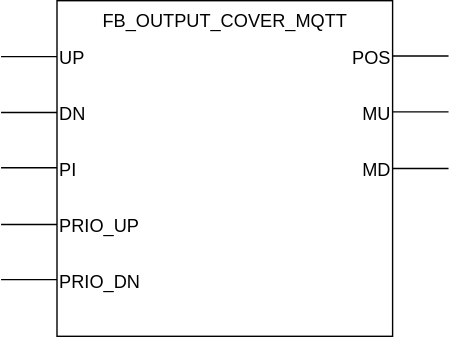
Above: docs/_img/FB_OUTPUT_COVER_MQTT.svg in MichielVanwelsenaere/HomeAutomation.CoDeSys3 (draw.io), before the change. Source tidied: cells renumbered, new cells last; positions are measured from the earlier drawing's top-left corner, leaving out a move shared by most shapes. The source it was exported from:
```xml
<mxGraphModel>
  <root>
    <mxCell id="0" />
    <mxCell id="1" parent="0" />
    <mxCell id="2" style="whiteSpace=wrap;html=1;" parent="1" vertex="1">
      <mxGeometry x="40" width="240" height="240" as="geometry" />
    </mxCell>
    <mxCell id="3" value="&lt;div&gt;&lt;span&gt;FB_OUTPUT_COVER_MQTT&lt;/span&gt;&lt;/div&gt;" style="text;html=1;align=center;fontSize=13;" parent="1" vertex="1">
      <mxGeometry x="55" width="210" height="30" as="geometry" />
    </mxCell>
    <mxCell id="4" style="endArrow=none;html=1;fontSize=13;" parent="1" edge="1">
      <mxGeometry relative="1" as="geometry">
        <mxPoint y="40" as="sourcePoint" />
        <mxPoint x="40" y="40" as="targetPoint" />
        <Array as="points">
          <mxPoint y="40" />
        </Array>
      </mxGeometry>
    </mxCell>
    <mxCell id="5" value="UP" style="text;html=1;strokeColor=none;fillColor=none;align=left;verticalAlign=middle;whiteSpace=wrap;rounded=0;fontSize=13;" parent="1" vertex="1">
      <mxGeometry x="40" y="30" width="80" height="20" as="geometry" />
    </mxCell>
    <mxCell id="6" style="endArrow=none;html=1;fontSize=13;" parent="1" edge="1">
      <mxGeometry relative="1" as="geometry">
        <mxPoint x="280" y="39.5" as="sourcePoint" />
        <mxPoint x="320" y="39.5" as="targetPoint" />
        <Array as="points">
          <mxPoint x="280" y="39.5" />
        </Array>
      </mxGeometry>
    </mxCell>
    <mxCell id="7" value="POS" style="text;html=1;strokeColor=none;fillColor=none;align=right;verticalAlign=middle;whiteSpace=wrap;rounded=0;fontSize=13;" parent="1" vertex="1">
      <mxGeometry x="200" y="30" width="80" height="20" as="geometry" />
    </mxCell>
    <mxCell id="8" style="endArrow=none;html=1;fontSize=13;" parent="1" edge="1">
      <mxGeometry relative="1" as="geometry">
        <mxPoint y="160" as="sourcePoint" />
        <mxPoint x="40" y="160" as="targetPoint" />
        <Array as="points">
          <mxPoint y="160" />
        </Array>
      </mxGeometry>
    </mxCell>
    <mxCell id="9" style="endArrow=none;html=1;fontSize=13;" parent="1" edge="1">
      <mxGeometry relative="1" as="geometry">
        <mxPoint y="199.5" as="sourcePoint" />
        <mxPoint x="40" y="199.5" as="targetPoint" />
        <Array as="points">
          <mxPoint y="199.5" />
          <mxPoint x="20" y="199.5" />
        </Array>
      </mxGeometry>
    </mxCell>
    <mxCell id="10" value="PRIO_UP" style="text;html=1;strokeColor=none;fillColor=none;align=left;verticalAlign=middle;whiteSpace=wrap;rounded=0;fontSize=13;" parent="1" vertex="1">
      <mxGeometry x="40" y="150" width="80" height="20" as="geometry" />
    </mxCell>
    <mxCell id="11" value="PRIO_DN" style="text;html=1;strokeColor=none;fillColor=none;align=left;verticalAlign=middle;whiteSpace=wrap;rounded=0;fontSize=13;" parent="1" vertex="1">
      <mxGeometry x="40" y="190" width="80" height="20" as="geometry" />
    </mxCell>
    <mxCell id="12" style="endArrow=none;html=1;fontSize=13;" parent="1" edge="1">
      <mxGeometry relative="1" as="geometry">
        <mxPoint y="80" as="sourcePoint" />
        <mxPoint x="40" y="80" as="targetPoint" />
        <Array as="points">
          <mxPoint y="80" />
        </Array>
      </mxGeometry>
    </mxCell>
    <mxCell id="13" style="endArrow=none;html=1;fontSize=13;" parent="1" edge="1">
      <mxGeometry relative="1" as="geometry">
        <mxPoint y="119.5" as="sourcePoint" />
        <mxPoint x="40" y="119.5" as="targetPoint" />
        <Array as="points">
          <mxPoint y="119.5" />
          <mxPoint x="20" y="119.5" />
        </Array>
      </mxGeometry>
    </mxCell>
    <mxCell id="14" value="DN" style="text;html=1;strokeColor=none;fillColor=none;align=left;verticalAlign=middle;whiteSpace=wrap;rounded=0;fontSize=13;" parent="1" vertex="1">
      <mxGeometry x="40" y="70" width="80" height="20" as="geometry" />
    </mxCell>
    <mxCell id="15" value="PI" style="text;html=1;strokeColor=none;fillColor=none;align=left;verticalAlign=middle;whiteSpace=wrap;rounded=0;fontSize=13;" parent="1" vertex="1">
      <mxGeometry x="40" y="110" width="80" height="20" as="geometry" />
    </mxCell>
    <mxCell id="16" style="endArrow=none;html=1;fontSize=13;" parent="1" edge="1">
      <mxGeometry relative="1" as="geometry">
        <mxPoint x="280" y="120" as="sourcePoint" />
        <mxPoint x="320" y="120" as="targetPoint" />
        <Array as="points">
          <mxPoint x="280" y="120" />
        </Array>
      </mxGeometry>
    </mxCell>
    <mxCell id="17" style="endArrow=none;html=1;fontSize=13;" parent="1" edge="1">
      <mxGeometry relative="1" as="geometry">
        <mxPoint x="280" y="79.5" as="sourcePoint" />
        <mxPoint x="320" y="79.5" as="targetPoint" />
        <Array as="points">
          <mxPoint x="280" y="79.5" />
        </Array>
      </mxGeometry>
    </mxCell>
    <mxCell id="18" value="MD" style="text;html=1;strokeColor=none;fillColor=none;align=right;verticalAlign=middle;whiteSpace=wrap;rounded=0;fontSize=13;" parent="1" vertex="1">
      <mxGeometry x="200" y="110" width="80" height="20" as="geometry" />
    </mxCell>
    <mxCell id="19" value="MU" style="text;html=1;strokeColor=none;fillColor=none;align=right;verticalAlign=middle;whiteSpace=wrap;rounded=0;fontSize=13;" parent="1" vertex="1">
      <mxGeometry x="200" y="70" width="80" height="20" as="geometry" />
    </mxCell>
  </root>
</mxGraphModel>
```
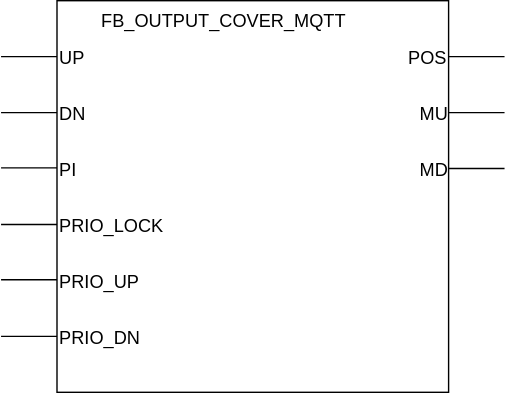
Above is the later version.

Commit message:
Feature/fb cover lock (#15)

Change to the diagram source:
```diff
@@ -2,109 +2,121 @@
   <root>
     <mxCell id="0" />
     <mxCell id="1" parent="0" />
-    <mxCell id="2" style="whiteSpace=wrap;html=1;" parent="1" vertex="1">
-      <mxGeometry x="40" width="240" height="240" as="geometry" />
-    </mxCell>
+    <mxCell id="20" style="whiteSpace=wrap;html=1;" parent="1" vertex="1">
+      <mxGeometry x="40" width="280" height="280" as="geometry" />
+    </mxCell>
     <mxCell id="3" value="&lt;div&gt;&lt;span&gt;FB_OUTPUT_COVER_MQTT&lt;/span&gt;&lt;/div&gt;" style="text;html=1;align=center;fontSize=13;" parent="1" vertex="1">
       <mxGeometry x="55" width="210" height="30" as="geometry" />
     </mxCell>
-    <mxCell id="4" style="endArrow=none;html=1;fontSize=13;" parent="1" edge="1">
-      <mxGeometry relative="1" as="geometry">
-        <mxPoint y="40" as="sourcePoint" />
-        <mxPoint x="40" y="40" as="targetPoint" />
-        <Array as="points">
-          <mxPoint y="40" />
-        </Array>
-      </mxGeometry>
-    </mxCell>
+    <mxCell id="21" style="endArrow=none;html=1;fontSize=13;" parent="1" edge="1">
+      <mxGeometry relative="1" as="geometry">
+        <mxPoint y="40" as="sourcePoint" />
+        <mxPoint x="40" y="40" as="targetPoint" />
+        <Array as="points">
+          <mxPoint y="40" />
+        </Array>
+      </mxGeometry>
+    </mxCell>
     <mxCell id="5" value="UP" style="text;html=1;strokeColor=none;fillColor=none;align=left;verticalAlign=middle;whiteSpace=wrap;rounded=0;fontSize=13;" parent="1" vertex="1">
       <mxGeometry x="40" y="30" width="80" height="20" as="geometry" />
     </mxCell>
-    <mxCell id="6" style="endArrow=none;html=1;fontSize=13;" parent="1" edge="1">
-      <mxGeometry relative="1" as="geometry">
-        <mxPoint x="280" y="39.5" as="sourcePoint" />
-        <mxPoint x="320" y="39.5" as="targetPoint" />
-        <Array as="points">
-          <mxPoint x="280" y="39.5" />
-        </Array>
-      </mxGeometry>
-    </mxCell>
+    <mxCell id="22" style="endArrow=none;html=1;fontSize=13;" parent="1" edge="1">
+      <mxGeometry relative="1" as="geometry">
+        <mxPoint x="320" y="40" as="sourcePoint" />
+        <mxPoint x="360" y="40" as="targetPoint" />
+        <Array as="points">
+          <mxPoint x="320" y="40" />
+        </Array>
+      </mxGeometry>
+    </mxCell>
     <mxCell id="7" value="POS" style="text;html=1;strokeColor=none;fillColor=none;align=right;verticalAlign=middle;whiteSpace=wrap;rounded=0;fontSize=13;" parent="1" vertex="1">
-      <mxGeometry x="200" y="30" width="80" height="20" as="geometry" />
+      <mxGeometry x="240" y="30" width="80" height="20" as="geometry" />
     </mxCell>
-    <mxCell id="8" style="endArrow=none;html=1;fontSize=13;" parent="1" edge="1">
-      <mxGeometry relative="1" as="geometry">
-        <mxPoint y="160" as="sourcePoint" />
-        <mxPoint x="40" y="160" as="targetPoint" />
-        <Array as="points">
-          <mxPoint y="160" />
-        </Array>
-      </mxGeometry>
-    </mxCell>
-    <mxCell id="9" style="endArrow=none;html=1;fontSize=13;" parent="1" edge="1">
-      <mxGeometry relative="1" as="geometry">
-        <mxPoint y="199.5" as="sourcePoint" />
-        <mxPoint x="40" y="199.5" as="targetPoint" />
-        <Array as="points">
-          <mxPoint y="199.5" />
-          <mxPoint x="20" y="199.5" />
-        </Array>
-      </mxGeometry>
-    </mxCell>
-    <mxCell id="10" value="PRIO_UP" style="text;html=1;strokeColor=none;fillColor=none;align=left;verticalAlign=middle;whiteSpace=wrap;rounded=0;fontSize=13;" parent="1" vertex="1">
-      <mxGeometry x="40" y="150" width="80" height="20" as="geometry" />
-    </mxCell>
+    <mxCell id="23" style="endArrow=none;html=1;fontSize=13;" parent="1" edge="1">
+      <mxGeometry relative="1" as="geometry">
+        <mxPoint y="160" as="sourcePoint" />
+        <mxPoint x="40" y="160" as="targetPoint" />
+        <Array as="points">
+          <mxPoint y="160" />
+        </Array>
+      </mxGeometry>
+    </mxCell>
+    <mxCell id="24" style="endArrow=none;html=1;fontSize=13;" parent="1" edge="1">
+      <mxGeometry relative="1" as="geometry">
+        <mxPoint y="199.5" as="sourcePoint" />
+        <mxPoint x="40" y="199.5" as="targetPoint" />
+        <Array as="points">
+          <mxPoint y="199.5" />
+          <mxPoint x="20" y="199.5" />
+        </Array>
+      </mxGeometry>
+    </mxCell>
+    <mxCell id="25" value="PRIO_LOCK" style="text;html=1;strokeColor=none;fillColor=none;align=left;verticalAlign=middle;whiteSpace=wrap;rounded=0;fontSize=13;" parent="1" vertex="1">
+      <mxGeometry x="40" y="150" width="80" height="20" as="geometry" />
+    </mxCell>
     <mxCell id="11" value="PRIO_DN" style="text;html=1;strokeColor=none;fillColor=none;align=left;verticalAlign=middle;whiteSpace=wrap;rounded=0;fontSize=13;" parent="1" vertex="1">
-      <mxGeometry x="40" y="190" width="80" height="20" as="geometry" />
+      <mxGeometry x="40" y="230" width="80" height="20" as="geometry" />
     </mxCell>
-    <mxCell id="12" style="endArrow=none;html=1;fontSize=13;" parent="1" edge="1">
-      <mxGeometry relative="1" as="geometry">
-        <mxPoint y="80" as="sourcePoint" />
-        <mxPoint x="40" y="80" as="targetPoint" />
-        <Array as="points">
-          <mxPoint y="80" />
-        </Array>
-      </mxGeometry>
-    </mxCell>
-    <mxCell id="13" style="endArrow=none;html=1;fontSize=13;" parent="1" edge="1">
-      <mxGeometry relative="1" as="geometry">
-        <mxPoint y="119.5" as="sourcePoint" />
-        <mxPoint x="40" y="119.5" as="targetPoint" />
-        <Array as="points">
-          <mxPoint y="119.5" />
-          <mxPoint x="20" y="119.5" />
-        </Array>
-      </mxGeometry>
-    </mxCell>
+    <mxCell id="26" style="endArrow=none;html=1;fontSize=13;" parent="1" edge="1">
+      <mxGeometry relative="1" as="geometry">
+        <mxPoint y="80" as="sourcePoint" />
+        <mxPoint x="40" y="80" as="targetPoint" />
+        <Array as="points">
+          <mxPoint y="80" />
+        </Array>
+      </mxGeometry>
+    </mxCell>
+    <mxCell id="27" style="endArrow=none;html=1;fontSize=13;" parent="1" edge="1">
+      <mxGeometry relative="1" as="geometry">
+        <mxPoint y="119.5" as="sourcePoint" />
+        <mxPoint x="40" y="119.5" as="targetPoint" />
+        <Array as="points">
+          <mxPoint y="119.5" />
+          <mxPoint x="20" y="119.5" />
+        </Array>
+      </mxGeometry>
+    </mxCell>
     <mxCell id="14" value="DN" style="text;html=1;strokeColor=none;fillColor=none;align=left;verticalAlign=middle;whiteSpace=wrap;rounded=0;fontSize=13;" parent="1" vertex="1">
       <mxGeometry x="40" y="70" width="80" height="20" as="geometry" />
     </mxCell>
     <mxCell id="15" value="PI" style="text;html=1;strokeColor=none;fillColor=none;align=left;verticalAlign=middle;whiteSpace=wrap;rounded=0;fontSize=13;" parent="1" vertex="1">
       <mxGeometry x="40" y="110" width="80" height="20" as="geometry" />
     </mxCell>
-    <mxCell id="16" style="endArrow=none;html=1;fontSize=13;" parent="1" edge="1">
-      <mxGeometry relative="1" as="geometry">
-        <mxPoint x="280" y="120" as="sourcePoint" />
-        <mxPoint x="320" y="120" as="targetPoint" />
-        <Array as="points">
-          <mxPoint x="280" y="120" />
-        </Array>
-      </mxGeometry>
-    </mxCell>
-    <mxCell id="17" style="endArrow=none;html=1;fontSize=13;" parent="1" edge="1">
-      <mxGeometry relative="1" as="geometry">
-        <mxPoint x="280" y="79.5" as="sourcePoint" />
-        <mxPoint x="320" y="79.5" as="targetPoint" />
-        <Array as="points">
-          <mxPoint x="280" y="79.5" />
-        </Array>
-      </mxGeometry>
-    </mxCell>
+    <mxCell id="28" style="endArrow=none;html=1;fontSize=13;" parent="1" edge="1">
+      <mxGeometry relative="1" as="geometry">
+        <mxPoint x="320" y="120" as="sourcePoint" />
+        <mxPoint x="360" y="120" as="targetPoint" />
+        <Array as="points">
+          <mxPoint x="320" y="120" />
+        </Array>
+      </mxGeometry>
+    </mxCell>
+    <mxCell id="29" style="endArrow=none;html=1;fontSize=13;" parent="1" edge="1">
+      <mxGeometry relative="1" as="geometry">
+        <mxPoint x="320" y="80" as="sourcePoint" />
+        <mxPoint x="360" y="80" as="targetPoint" />
+        <Array as="points">
+          <mxPoint x="320" y="80" />
+        </Array>
+      </mxGeometry>
+    </mxCell>
     <mxCell id="18" value="MD" style="text;html=1;strokeColor=none;fillColor=none;align=right;verticalAlign=middle;whiteSpace=wrap;rounded=0;fontSize=13;" parent="1" vertex="1">
-      <mxGeometry x="200" y="110" width="80" height="20" as="geometry" />
+      <mxGeometry x="240" y="110" width="80" height="20" as="geometry" />
     </mxCell>
     <mxCell id="19" value="MU" style="text;html=1;strokeColor=none;fillColor=none;align=right;verticalAlign=middle;whiteSpace=wrap;rounded=0;fontSize=13;" parent="1" vertex="1">
-      <mxGeometry x="200" y="70" width="80" height="20" as="geometry" />
+      <mxGeometry x="240" y="70" width="80" height="20" as="geometry" />
     </mxCell>
+    <mxCell id="30" style="endArrow=none;html=1;fontSize=13;" parent="1" edge="1">
+      <mxGeometry relative="1" as="geometry">
+        <mxPoint y="240" as="sourcePoint" />
+        <mxPoint x="40" y="240" as="targetPoint" />
+        <Array as="points">
+          <mxPoint y="240" />
+        </Array>
+      </mxGeometry>
+    </mxCell>
+    <mxCell id="10" value="PRIO_UP" style="text;html=1;strokeColor=none;fillColor=none;align=left;verticalAlign=middle;whiteSpace=wrap;rounded=0;fontSize=13;" parent="1" vertex="1">
+      <mxGeometry x="40" y="190" width="80" height="20" as="geometry" />
+    </mxCell>
   </root>
 </mxGraphModel>
```
